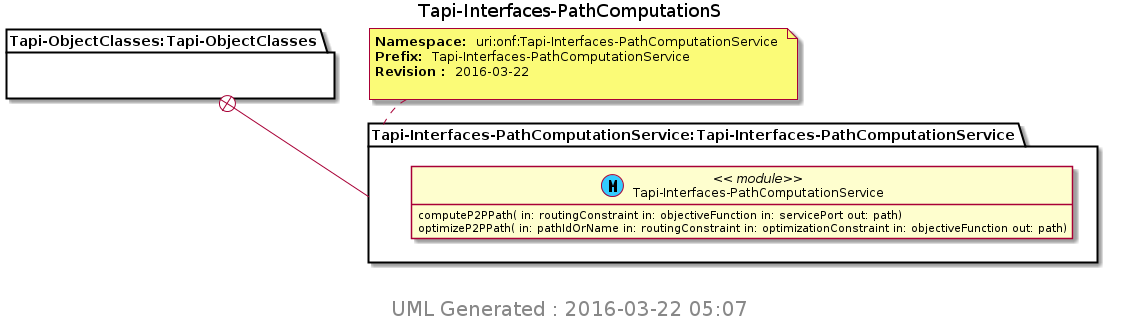
The PlantUML diagram TransportAPI/YANG/pyang_uml/Tapi-Interfaces-PathComputationS.png in Open-Network-Models-and-Interfaces-ONMI/TAPI, before a commit. Source of this version:
```plantuml
@startuml img/Tapi-Interfaces-PathComputationS.png
hide empty fields
hide empty methods
hide <<case>> circle
hide <<augment>> circle
hide <<choice>> circle
hide <<leafref>> stereotype
hide <<leafref>> circle
page 1x1
Title Tapi-Interfaces-PathComputationS
package "Tapi-ObjectClasses:Tapi-ObjectClasses" as Tapi_ObjectClasses_Tapi_ObjectClasses {
}
note top of Tapi_Interfaces_PathComputationService_Tapi_Interfaces_PathComputationService : <b>Namespace: </b> uri:onf:Tapi-Interfaces-PathComputationService \n<b>Prefix: </b> Tapi-Interfaces-PathComputationService \n<b>Revision : </b> 2016-03-22 \n
package "Tapi-Interfaces-PathComputationService:Tapi-Interfaces-PathComputationService" as Tapi_Interfaces_PathComputationService_Tapi_Interfaces_PathComputationService {
Tapi_ObjectClasses_Tapi_ObjectClasses +-- Tapi_Interfaces_PathComputationService_Tapi_Interfaces_PathComputationService
class "Tapi-Interfaces-PathComputationService" as Tapi_Interfaces_PathComputationService << (M, #33CCFF) module>>
Tapi_Interfaces_PathComputationService : computeP2PPath( in: routingConstraint in: objectiveFunction in: servicePort out: path)
Tapi_Interfaces_PathComputationService : optimizeP2PPath( in: pathIdOrName in: routingConstraint in: optimizationConstraint in: objectiveFunction out: path)
}

center footer
 <size:20> UML Generated : 2016-03-22 05:07 </size>
 endfooter
@enduml
```
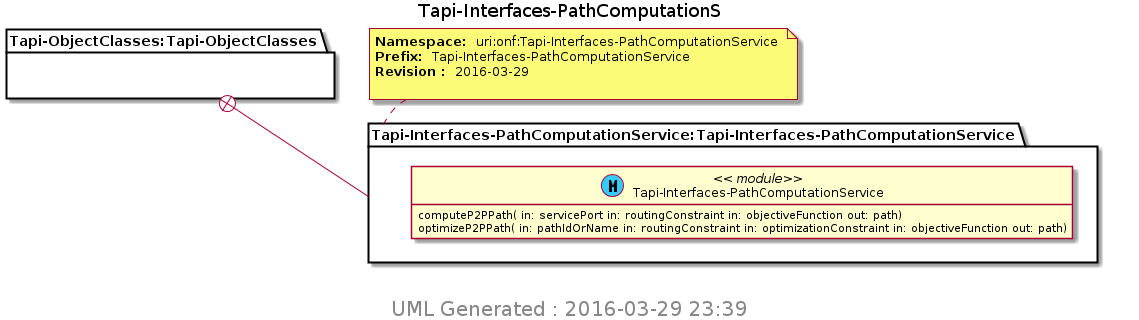
After the commit.

Change to the diagram source:
```diff
@@ -10,15 +10,15 @@
 Title Tapi-Interfaces-PathComputationS
 package "Tapi-ObjectClasses:Tapi-ObjectClasses" as Tapi_ObjectClasses_Tapi_ObjectClasses {
 }
-note top of Tapi_Interfaces_PathComputationService_Tapi_Interfaces_PathComputationService : <b>Namespace: </b> uri:onf:Tapi-Interfaces-PathComputationService \n<b>Prefix: </b> Tapi-Interfaces-PathComputationService \n<b>Revision : </b> 2016-03-22 \n
+note top of Tapi_Interfaces_PathComputationService_Tapi_Interfaces_PathComputationService : <b>Namespace: </b> uri:onf:Tapi-Interfaces-PathComputationService \n<b>Prefix: </b> Tapi-Interfaces-PathComputationService \n<b>Revision : </b> 2016-03-29 \n
 package "Tapi-Interfaces-PathComputationService:Tapi-Interfaces-PathComputationService" as Tapi_Interfaces_PathComputationService_Tapi_Interfaces_PathComputationService {
 Tapi_ObjectClasses_Tapi_ObjectClasses +-- Tapi_Interfaces_PathComputationService_Tapi_Interfaces_PathComputationService
 class "Tapi-Interfaces-PathComputationService" as Tapi_Interfaces_PathComputationService << (M, #33CCFF) module>>
-Tapi_Interfaces_PathComputationService : computeP2PPath( in: routingConstraint in: objectiveFunction in: servicePort out: path)
+Tapi_Interfaces_PathComputationService : computeP2PPath( in: servicePort in: routingConstraint in: objectiveFunction out: path)
 Tapi_Interfaces_PathComputationService : optimizeP2PPath( in: pathIdOrName in: routingConstraint in: optimizationConstraint in: objectiveFunction out: path)
 }
 
 center footer
- <size:20> UML Generated : 2016-03-22 05:07 </size>
+ <size:20> UML Generated : 2016-03-29 23:39 </size>
  endfooter
 @enduml
```
